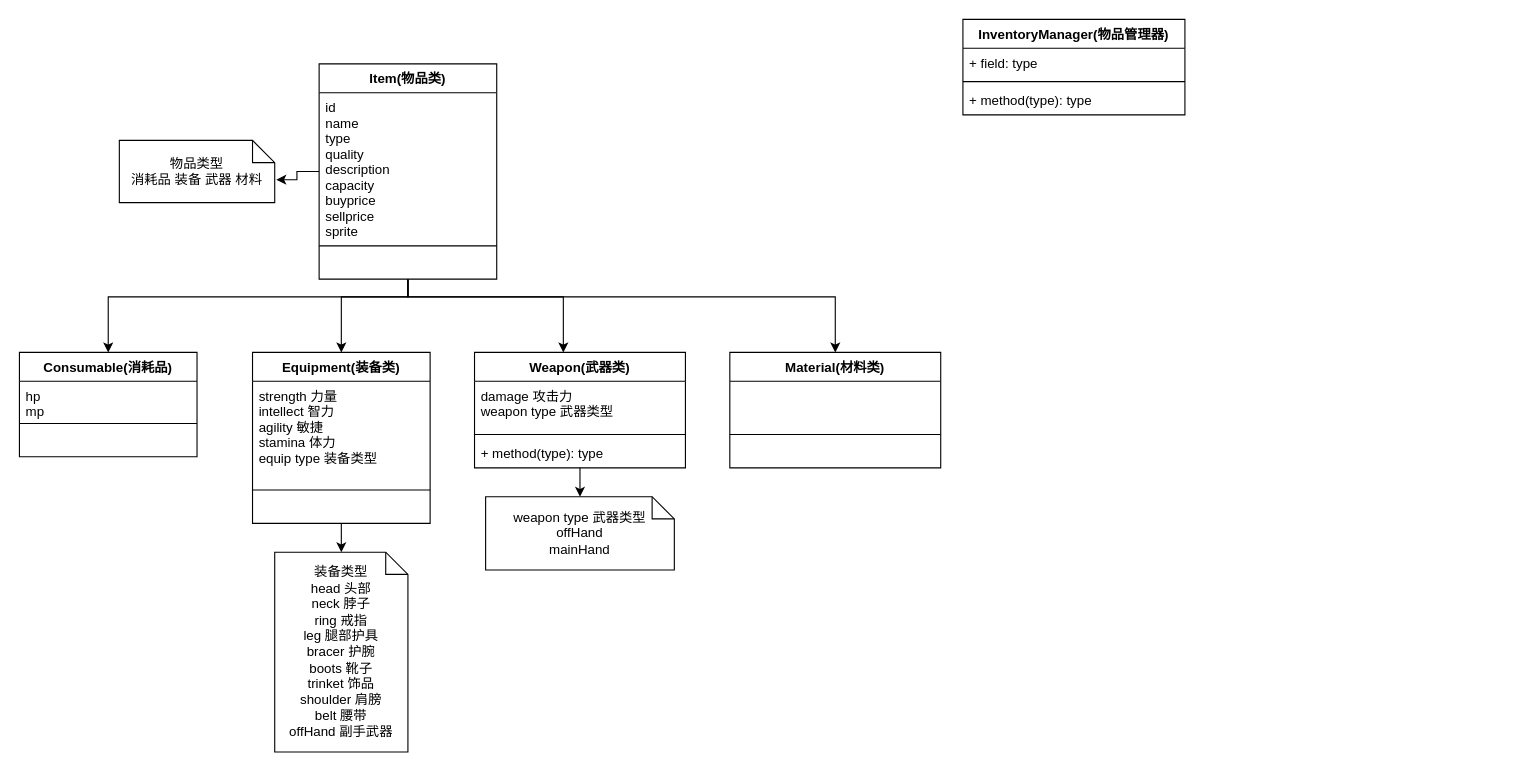
The draw.io diagram InventorySystem.drawio in KIPKIPS/InventorySystem, before the edit. Source tidied: cells renumbered, new cells numbered last; positions are measured from the earlier drawing's top-left corner, leaving out a move shared by most shapes. Both pictures are drawn from the tidied source at 111%, with x=0, y=0 at pixel (19, 19).
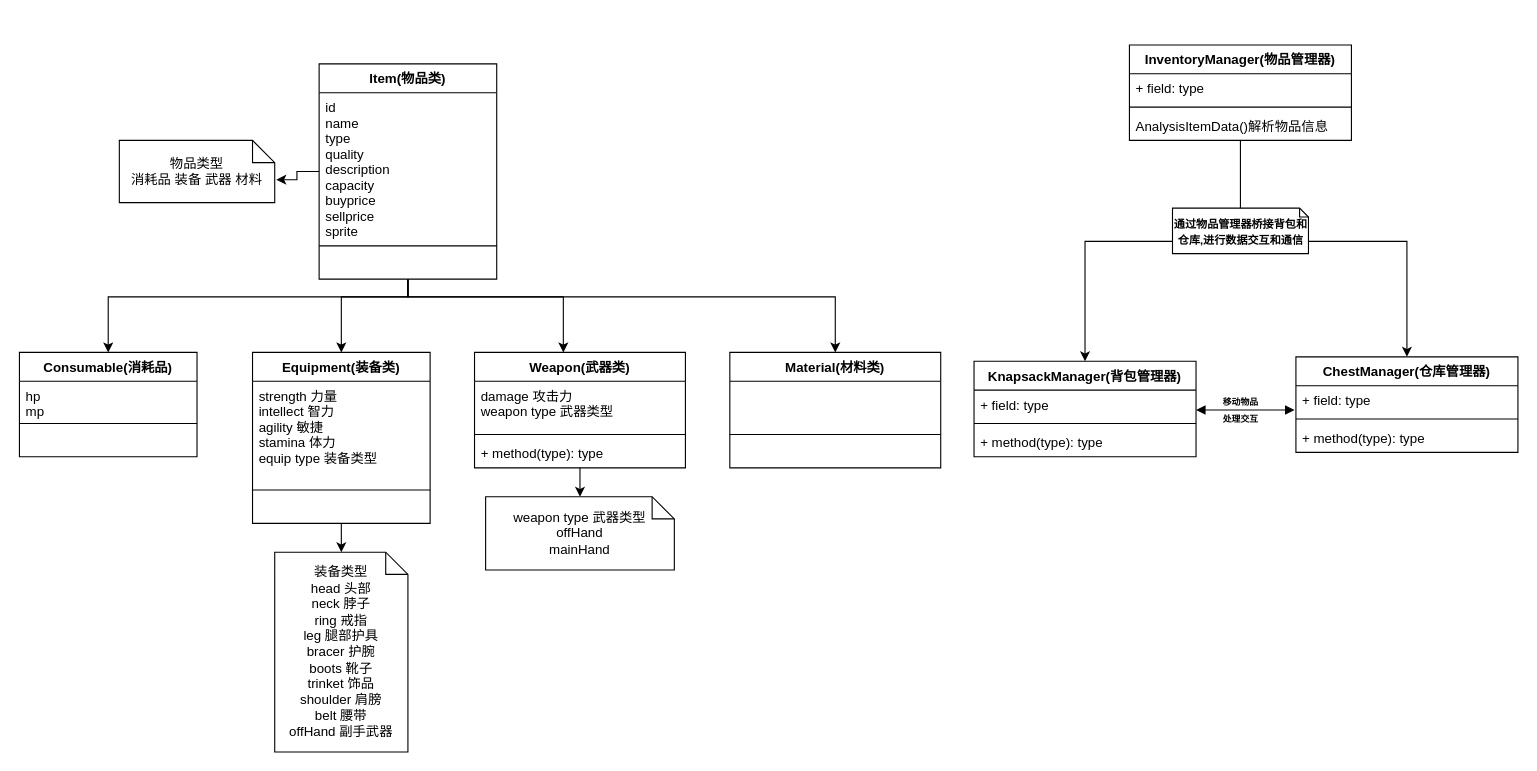
Above is the later version.

The edit, as a diff of the source:
```diff
@@
+    <mxCell id="36" style="edgeStyle=orthogonalEdgeStyle;rounded=0;jettySize=auto;html=1;" parent="1" edge="1" source="32" target="42">
+      <mxGeometry relative="1" as="geometry">
+        <Array as="points">
+          <mxPoint x="1100" y="200" />
+          <mxPoint x="960" y="200" />
+        </Array>
+      </mxGeometry>
+    </mxCell>
+    <mxCell id="37" style="edgeStyle=orthogonalEdgeStyle;rounded=0;jettySize=auto;html=1;entryX=0.5;entryY=0;entryDx=0;entryDy=0;" parent="1" edge="1" source="48" target="38">
+      <mxGeometry relative="1" as="geometry">
+        <Array as="points">
+          <mxPoint x="1100" y="200" />
+          <mxPoint x="1250" y="200" />
+        </Array>
+      </mxGeometry>
+    </mxCell>
     <mxCell id="32" value="InventoryManager(物品管理器)" style="swimlane;fontStyle=1;align=center;verticalAlign=top;horizontal=1;startSize=26;" parent="1" vertex="1">
-      <mxGeometry x="850" width="200" height="86" as="geometry" />
+      <mxGeometry x="1000" y="23" width="200" height="86" as="geometry" />
     </mxCell>
@@
-    <mxCell id="35" value="+ method(type): type" style="text;strokeColor=none;fillColor=none;align=left;verticalAlign=top;spacingLeft=4;spacingRight=4;overflow=hidden;" parent="32" vertex="1">
+    <mxCell id="35" value="AnalysisItemData()解析物品信息&#10;&#10;" style="text;strokeColor=none;fillColor=none;align=left;verticalAlign=top;spacingLeft=4;spacingRight=4;overflow=hidden;" parent="32" vertex="1">
       <mxGeometry y="60" width="200" height="26" as="geometry" />
     </mxCell>
+    <mxCell id="38" value="ChestManager(仓库管理器)" style="swimlane;fontStyle=1;align=center;verticalAlign=top;horizontal=1;startSize=26;" parent="1" vertex="1">
+      <mxGeometry x="1150" y="304" width="200" height="86" as="geometry" />
+    </mxCell>
+    <mxCell id="39" value="+ field: type" style="text;strokeColor=none;fillColor=none;align=left;verticalAlign=top;spacingLeft=4;spacingRight=4;overflow=hidden;points=[[0,0.5],[1,0.5]];portConstraint=eastwest;" parent="38" vertex="1">
+      <mxGeometry y="26" width="200" height="26" as="geometry" />
+    </mxCell>
+    <mxCell id="40" style="line;strokeWidth=1;fillColor=none;align=left;verticalAlign=middle;spacingTop=-1;spacingLeft=3;spacingRight=3;labelPosition=right;" parent="38" vertex="1">
+      <mxGeometry y="52" width="200" height="8" as="geometry" />
+    </mxCell>
+    <mxCell id="41" value="+ method(type): type" style="text;strokeColor=none;fillColor=none;align=left;verticalAlign=top;spacingLeft=4;spacingRight=4;overflow=hidden;" parent="38" vertex="1">
+      <mxGeometry y="60" width="200" height="26" as="geometry" />
+    </mxCell>
+    <mxCell id="42" value="KnapsackManager(背包管理器)" style="swimlane;fontStyle=1;align=center;verticalAlign=top;horizontal=1;startSize=26;" parent="1" vertex="1">
+      <mxGeometry x="860" y="308" width="200" height="86" as="geometry" />
+    </mxCell>
+    <mxCell id="43" value="+ field: type" style="text;strokeColor=none;fillColor=none;align=left;verticalAlign=top;spacingLeft=4;spacingRight=4;overflow=hidden;" parent="42" vertex="1">
+      <mxGeometry y="26" width="200" height="26" as="geometry" />
+    </mxCell>
+    <mxCell id="44" style="line;strokeWidth=1;fillColor=none;align=left;verticalAlign=middle;spacingTop=-1;spacingLeft=3;spacingRight=3;labelPosition=right;" parent="42" vertex="1">
+      <mxGeometry y="52" width="200" height="8" as="geometry" />
+    </mxCell>
+    <mxCell id="45" value="+ method(type): type" style="text;strokeColor=none;fillColor=none;align=left;verticalAlign=top;spacingLeft=4;spacingRight=4;overflow=hidden;" parent="42" vertex="1">
+      <mxGeometry y="60" width="200" height="26" as="geometry" />
+    </mxCell>
+    <mxCell id="46" style="endArrow=block;startArrow=block;endFill=1;startFill=1;html=1;entryX=-0.006;entryY=0.842;entryDx=0;entryDy=0;entryPerimeter=0;" parent="1" edge="1" target="39">
+      <mxGeometry relative="1" as="geometry">
+        <mxPoint x="1060" y="351.8" as="sourcePoint" />
+      </mxGeometry>
+    </mxCell>
+    <mxCell id="47" value="&lt;font style=&quot;font-size: 8px&quot;&gt;&lt;b&gt;移动物品&lt;br&gt;处理交互&lt;/b&gt;&lt;/font&gt;" style="text;html=1;align=center;verticalAlign=middle;" parent="1" vertex="1">
+      <mxGeometry x="1075" y="331" width="50" height="40" as="geometry" />
+    </mxCell>
+    <mxCell id="48" value="&lt;font style=&quot;font-size: 10px&quot;&gt;&lt;b&gt;通过物品管理器桥接背包和仓库,进行数据交互和通信&lt;/b&gt;&lt;/font&gt;" style="shape=note;size=8;whiteSpace=wrap;html=1;" parent="1" vertex="1">
+      <mxGeometry x="1038.8" y="170" width="122.5" height="41" as="geometry" />
+    </mxCell>
```
